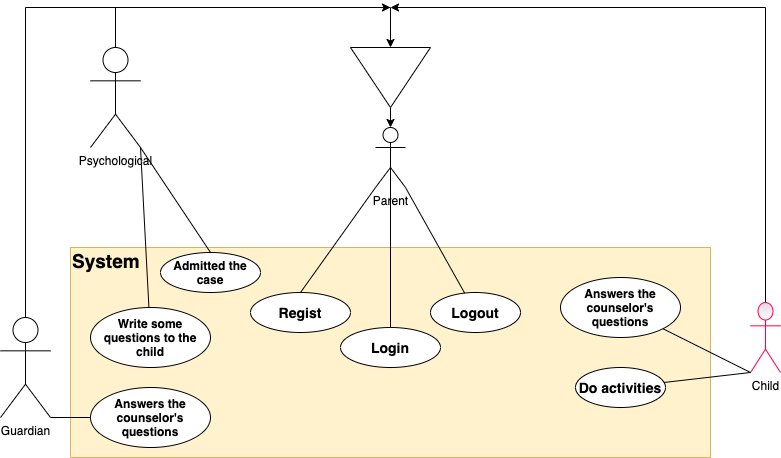
The draw.io diagram use_case_diagram.png in xdayeh/Modeling-software, before a commit. Source tidied: cells renumbered, new cells last; positions are measured from the earlier drawing's top-left corner, leaving out a move shared by most shapes. The source it was exported from:
```xml
<mxGraphModel background="#FFFFFF">
  <root>
    <mxCell id="0" />
    <mxCell id="1" parent="0" />
    <mxCell id="2" style="edgeStyle=orthogonalEdgeStyle;rounded=0;jettySize=auto;html=1;exitX=0.5;exitY=0;exitDx=0;exitDy=0;exitPerimeter=0;entryX=0;entryY=0.5;entryDx=0;entryDy=0;" parent="1" edge="1" target="8">
      <mxGeometry relative="1" as="geometry">
        <mxPoint x="115" y="40" as="sourcePoint" />
        <Array as="points">
          <mxPoint x="115" />
          <mxPoint x="390" />
        </Array>
      </mxGeometry>
    </mxCell>
    <mxCell id="3" value="&lt;div&gt;&lt;span&gt;&lt;font style=&quot;font-size: 19px ; line-height: 80%&quot;&gt;&lt;b&gt;System&lt;/b&gt;&lt;/font&gt;&lt;/span&gt;&lt;/div&gt;" style="rounded=0;whiteSpace=wrap;html=1;labelBackgroundColor=none;fillColor=#fff2cc;strokeColor=#d6b656;align=left;verticalAlign=top;" parent="1" vertex="1">
      <mxGeometry x="70" y="240" width="640" height="210" as="geometry" />
    </mxCell>
    <mxCell id="4" style="edgeStyle=orthogonalEdgeStyle;rounded=0;jettySize=auto;html=1;exitX=0.5;exitY=0;exitDx=0;exitDy=0;exitPerimeter=0;" parent="1" edge="1" source="5">
      <mxGeometry relative="1" as="geometry">
        <mxPoint x="390" as="targetPoint" />
        <Array as="points">
          <mxPoint x="165" />
          <mxPoint x="390" />
        </Array>
      </mxGeometry>
    </mxCell>
    <mxCell id="5" value="Guardian" style="shape=umlActor;verticalLabelPosition=bottom;verticalAlign=top;html=1;outlineConnect=0;" parent="1" vertex="1">
      <mxGeometry y="310" width="50" height="100" as="geometry" />
    </mxCell>
    <mxCell id="6" value="&lt;div style=&quot;box-sizing: border-box ; font-family: &amp;#34;segoe ui&amp;#34; , , &amp;#34;apple color emoji&amp;#34; , &amp;#34;segoe ui emoji&amp;#34; , sans-serif ; font-size: 14px&quot;&gt;&lt;div style=&quot;box-sizing: border-box ; font-family: &amp;#34;segoe ui&amp;#34; , , &amp;#34;apple color emoji&amp;#34; , &amp;#34;segoe ui emoji&amp;#34; , sans-serif&quot;&gt;&lt;div style=&quot;box-sizing: border-box ; font-family: &amp;#34;segoe ui&amp;#34; , , &amp;#34;apple color emoji&amp;#34; , &amp;#34;segoe ui emoji&amp;#34; , sans-serif&quot;&gt;&lt;b&gt;Login&lt;/b&gt;&lt;/div&gt;&lt;/div&gt;&lt;/div&gt;" style="ellipse;whiteSpace=wrap;html=1;labelBackgroundColor=none;align=center;" parent="1" vertex="1">
      <mxGeometry x="340" y="320" width="100" height="40" as="geometry" />
    </mxCell>
    <mxCell id="7" style="edgeStyle=orthogonalEdgeStyle;rounded=0;jettySize=auto;html=1;exitX=1;exitY=0.5;exitDx=0;exitDy=0;entryX=0.5;entryY=0;entryDx=0;entryDy=0;entryPerimeter=0;" parent="1" edge="1" source="8" target="9">
      <mxGeometry relative="1" as="geometry" />
    </mxCell>
    <mxCell id="8" style="triangle;whiteSpace=wrap;html=1;direction=south;" parent="1" vertex="1">
      <mxGeometry x="350" y="40" width="80" height="60" as="geometry" />
    </mxCell>
    <mxCell id="9" value="Parent" style="shape=umlActor;verticalLabelPosition=bottom;verticalAlign=top;html=1;outlineConnect=0;" parent="1" vertex="1">
      <mxGeometry x="375" y="120" width="30" height="60" as="geometry" />
    </mxCell>
    <mxCell id="10" style="edgeStyle=orthogonalEdgeStyle;rounded=0;jettySize=auto;html=1;exitX=0.5;exitY=0;exitDx=0;exitDy=0;exitPerimeter=0;" parent="1" edge="1" source="11">
      <mxGeometry relative="1" as="geometry">
        <mxPoint x="390" as="targetPoint" />
        <Array as="points">
          <mxPoint x="765" />
        </Array>
      </mxGeometry>
    </mxCell>
    <mxCell id="11" value="Child" style="shape=umlActor;verticalLabelPosition=bottom;verticalAlign=top;html=1;outlineConnect=0;labelBackgroundColor=none;labelBorderColor=none;fillColor=#e1d5e7;gradientColor=#ffffff;strokeColor=#FF0044;" parent="1" vertex="1">
      <mxGeometry x="750" y="295" width="30" height="70" as="geometry" />
    </mxCell>
    <mxCell id="12" value="&lt;div style=&quot;box-sizing: border-box ; font-family: &amp;#34;segoe ui&amp;#34; , , &amp;#34;apple color emoji&amp;#34; , &amp;#34;segoe ui emoji&amp;#34; , sans-serif ; font-size: 14px&quot;&gt;&lt;div style=&quot;box-sizing: border-box ; font-family: &amp;#34;segoe ui&amp;#34; , , &amp;#34;apple color emoji&amp;#34; , &amp;#34;segoe ui emoji&amp;#34; , sans-serif&quot;&gt;&lt;div style=&quot;box-sizing: border-box ; font-family: &amp;#34;segoe ui&amp;#34; , , &amp;#34;apple color emoji&amp;#34; , &amp;#34;segoe ui emoji&amp;#34; , sans-serif&quot;&gt;&lt;b&gt;Logout&lt;/b&gt;&lt;/div&gt;&lt;/div&gt;&lt;/div&gt;" style="ellipse;whiteSpace=wrap;html=1;labelBackgroundColor=none;align=center;" parent="1" vertex="1">
      <mxGeometry x="430" y="285" width="90" height="40" as="geometry" />
    </mxCell>
    <mxCell id="13" value="&lt;div style=&quot;box-sizing: border-box ; font-family: &amp;#34;segoe ui&amp;#34; , , &amp;#34;apple color emoji&amp;#34; , &amp;#34;segoe ui emoji&amp;#34; , sans-serif ; font-size: 14px&quot;&gt;&lt;div style=&quot;box-sizing: border-box ; font-family: &amp;#34;segoe ui&amp;#34; , , &amp;#34;apple color emoji&amp;#34; , &amp;#34;segoe ui emoji&amp;#34; , sans-serif&quot;&gt;&lt;div style=&quot;box-sizing: border-box ; font-family: &amp;#34;segoe ui&amp;#34; , , &amp;#34;apple color emoji&amp;#34; , &amp;#34;segoe ui emoji&amp;#34; , sans-serif&quot;&gt;&lt;b&gt;Regist&lt;/b&gt;&lt;/div&gt;&lt;/div&gt;&lt;/div&gt;" style="ellipse;whiteSpace=wrap;html=1;labelBackgroundColor=none;align=center;" parent="1" vertex="1">
      <mxGeometry x="250" y="285" width="100" height="40" as="geometry" />
    </mxCell>
    <mxCell id="14" value="&lt;div style=&quot;box-sizing: border-box&quot;&gt;&lt;div style=&quot;box-sizing: border-box&quot;&gt;&lt;div style=&quot;box-sizing: border-box&quot;&gt;&lt;b&gt;&lt;font style=&quot;font-size: 12px&quot;&gt;Admitted the case&lt;/font&gt;&lt;/b&gt;&lt;br&gt;&lt;/div&gt;&lt;/div&gt;&lt;/div&gt;" style="ellipse;whiteSpace=wrap;html=1;labelBackgroundColor=none;align=center;" parent="1" vertex="1">
      <mxGeometry x="160" y="245" width="100" height="40" as="geometry" />
    </mxCell>
    <mxCell id="15" value="&lt;div style=&quot;box-sizing: border-box&quot;&gt;&lt;div style=&quot;box-sizing: border-box&quot;&gt;&lt;div style=&quot;box-sizing: border-box&quot;&gt;&lt;b&gt;&lt;font style=&quot;font-size: 12px&quot;&gt;Write some questions to the child&lt;/font&gt;&lt;/b&gt;&lt;br&gt;&lt;/div&gt;&lt;/div&gt;&lt;/div&gt;" style="ellipse;whiteSpace=wrap;html=1;labelBackgroundColor=none;align=center;" parent="1" vertex="1">
      <mxGeometry x="90" y="300" width="120" height="60" as="geometry" />
    </mxCell>
    <mxCell id="16" value="Psychological" style="shape=umlActor;verticalLabelPosition=bottom;verticalAlign=top;html=1;outlineConnect=0;" parent="1" vertex="1">
      <mxGeometry x="90" y="40" width="50" height="100" as="geometry" />
    </mxCell>
    <mxCell id="17" style="endArrow=none;html=1;exitX=0.5;exitY=0;exitDx=0;exitDy=0;entryX=1;entryY=1;entryDx=0;entryDy=0;entryPerimeter=0;" parent="1" edge="1" source="14" target="16">
      <mxGeometry relative="1" as="geometry" />
    </mxCell>
    <mxCell id="18" style="endArrow=none;html=1;entryX=1;entryY=1;entryDx=0;entryDy=0;entryPerimeter=0;" parent="1" edge="1" source="15" target="16">
      <mxGeometry relative="1" as="geometry" />
    </mxCell>
    <mxCell id="19" style="endArrow=none;html=1;entryX=0;entryY=1;entryDx=0;entryDy=0;entryPerimeter=0;exitX=0.5;exitY=0;exitDx=0;exitDy=0;" parent="1" edge="1" source="13" target="9">
      <mxGeometry relative="1" as="geometry" />
    </mxCell>
    <mxCell id="20" style="endArrow=none;html=1;entryX=0.5;entryY=0.5;entryDx=0;entryDy=0;entryPerimeter=0;exitX=0.5;exitY=0;exitDx=0;exitDy=0;" parent="1" edge="1" source="6" target="9">
      <mxGeometry relative="1" as="geometry" />
    </mxCell>
    <mxCell id="21" style="endArrow=none;html=1;entryX=1;entryY=1;entryDx=0;entryDy=0;entryPerimeter=0;" parent="1" edge="1" source="12" target="9">
      <mxGeometry relative="1" as="geometry" />
    </mxCell>
    <mxCell id="22" value="&lt;div style=&quot;box-sizing: border-box&quot;&gt;&lt;div style=&quot;box-sizing: border-box&quot;&gt;&lt;div style=&quot;box-sizing: border-box&quot;&gt;&lt;b&gt;Answers the counselor's questions&lt;/b&gt;&lt;br&gt;&lt;/div&gt;&lt;/div&gt;&lt;/div&gt;" style="ellipse;whiteSpace=wrap;html=1;labelBackgroundColor=none;align=center;" parent="1" vertex="1">
      <mxGeometry x="560" y="270" width="120" height="60" as="geometry" />
    </mxCell>
    <mxCell id="23" value="&lt;div style=&quot;box-sizing: border-box&quot;&gt;&lt;div style=&quot;box-sizing: border-box&quot;&gt;&lt;div style=&quot;box-sizing: border-box&quot;&gt;&lt;span style=&quot;font-size: 14px&quot;&gt;&lt;b&gt;Do activities&lt;/b&gt;&lt;/span&gt;&lt;br&gt;&lt;/div&gt;&lt;/div&gt;&lt;/div&gt;" style="ellipse;whiteSpace=wrap;html=1;labelBackgroundColor=none;align=center;" parent="1" vertex="1">
      <mxGeometry x="575" y="360" width="90" height="40" as="geometry" />
    </mxCell>
    <mxCell id="24" style="endArrow=none;html=1;" parent="1" edge="1" source="23">
      <mxGeometry relative="1" as="geometry">
        <mxPoint x="750" y="365" as="targetPoint" />
      </mxGeometry>
    </mxCell>
    <mxCell id="25" value="&lt;div style=&quot;box-sizing: border-box&quot;&gt;&lt;div style=&quot;box-sizing: border-box&quot;&gt;&lt;div style=&quot;box-sizing: border-box&quot;&gt;&lt;b&gt;Answers the counselor's questions&lt;/b&gt;&lt;br&gt;&lt;/div&gt;&lt;/div&gt;&lt;/div&gt;" style="ellipse;whiteSpace=wrap;html=1;labelBackgroundColor=none;align=center;" parent="1" vertex="1">
      <mxGeometry x="90" y="380" width="120" height="60" as="geometry" />
    </mxCell>
    <mxCell id="26" style="endArrow=none;html=1;entryX=1;entryY=1;entryDx=0;entryDy=0;entryPerimeter=0;exitX=0;exitY=0.5;exitDx=0;exitDy=0;" parent="1" edge="1" source="25" target="5">
      <mxGeometry relative="1" as="geometry" />
    </mxCell>
    <mxCell id="27" style="endArrow=none;html=1;entryX=0;entryY=1;entryDx=0;entryDy=0;entryPerimeter=0;exitX=1;exitY=1;exitDx=0;exitDy=0;" parent="1" edge="1" source="22" target="11">
      <mxGeometry relative="1" as="geometry" />
    </mxCell>
  </root>
</mxGraphModel>
```
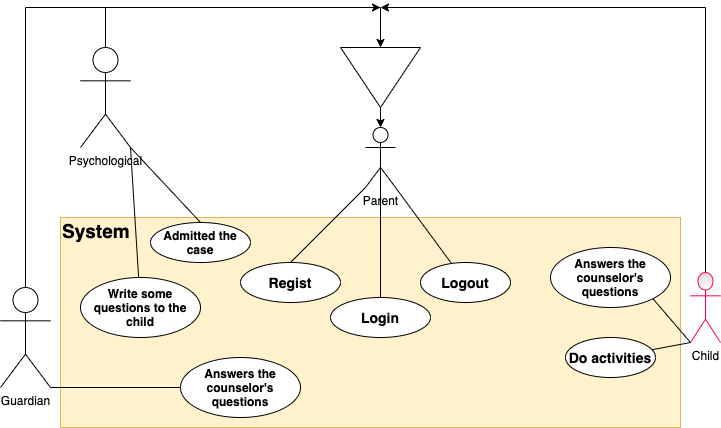
The same diagram one commit later.

What changed in the source:
```diff
@@ -4,27 +4,27 @@
     <mxCell id="1" parent="0" />
     <mxCell id="2" style="edgeStyle=orthogonalEdgeStyle;rounded=0;jettySize=auto;html=1;exitX=0.5;exitY=0;exitDx=0;exitDy=0;exitPerimeter=0;entryX=0;entryY=0.5;entryDx=0;entryDy=0;" parent="1" edge="1" target="8">
       <mxGeometry relative="1" as="geometry">
-        <mxPoint x="115" y="40" as="sourcePoint" />
+        <mxPoint x="115" y="70" as="sourcePoint" />
         <Array as="points">
-          <mxPoint x="115" />
-          <mxPoint x="390" />
+          <mxPoint x="115" y="30" />
+          <mxPoint x="390" y="30" />
         </Array>
       </mxGeometry>
     </mxCell>
     <mxCell id="3" value="&lt;div&gt;&lt;span&gt;&lt;font style=&quot;font-size: 19px ; line-height: 80%&quot;&gt;&lt;b&gt;System&lt;/b&gt;&lt;/font&gt;&lt;/span&gt;&lt;/div&gt;" style="rounded=0;whiteSpace=wrap;html=1;labelBackgroundColor=none;fillColor=#fff2cc;strokeColor=#d6b656;align=left;verticalAlign=top;" parent="1" vertex="1">
-      <mxGeometry x="70" y="240" width="640" height="210" as="geometry" />
+      <mxGeometry x="70" y="240" width="620" height="210" as="geometry" />
     </mxCell>
     <mxCell id="4" style="edgeStyle=orthogonalEdgeStyle;rounded=0;jettySize=auto;html=1;exitX=0.5;exitY=0;exitDx=0;exitDy=0;exitPerimeter=0;" parent="1" edge="1" source="5">
       <mxGeometry relative="1" as="geometry">
-        <mxPoint x="390" as="targetPoint" />
+        <mxPoint x="390" y="30" as="targetPoint" />
         <Array as="points">
-          <mxPoint x="165" />
-          <mxPoint x="390" />
+          <mxPoint x="35" y="30" />
+          <mxPoint x="390" y="30" />
         </Array>
       </mxGeometry>
     </mxCell>
     <mxCell id="5" value="Guardian" style="shape=umlActor;verticalLabelPosition=bottom;verticalAlign=top;html=1;outlineConnect=0;" parent="1" vertex="1">
-      <mxGeometry y="310" width="50" height="100" as="geometry" />
+      <mxGeometry x="10" y="310" width="50" height="100" as="geometry" />
     </mxCell>
     <mxCell id="6" value="&lt;div style=&quot;box-sizing: border-box ; font-family: &amp;#34;segoe ui&amp;#34; , , &amp;#34;apple color emoji&amp;#34; , &amp;#34;segoe ui emoji&amp;#34; , sans-serif ; font-size: 14px&quot;&gt;&lt;div style=&quot;box-sizing: border-box ; font-family: &amp;#34;segoe ui&amp;#34; , , &amp;#34;apple color emoji&amp;#34; , &amp;#34;segoe ui emoji&amp;#34; , sans-serif&quot;&gt;&lt;div style=&quot;box-sizing: border-box ; font-family: &amp;#34;segoe ui&amp;#34; , , &amp;#34;apple color emoji&amp;#34; , &amp;#34;segoe ui emoji&amp;#34; , sans-serif&quot;&gt;&lt;b&gt;Login&lt;/b&gt;&lt;/div&gt;&lt;/div&gt;&lt;/div&gt;" style="ellipse;whiteSpace=wrap;html=1;labelBackgroundColor=none;align=center;" parent="1" vertex="1">
       <mxGeometry x="340" y="320" width="100" height="40" as="geometry" />
@@ -33,21 +33,22 @@
       <mxGeometry relative="1" as="geometry" />
     </mxCell>
     <mxCell id="8" style="triangle;whiteSpace=wrap;html=1;direction=south;" parent="1" vertex="1">
-      <mxGeometry x="350" y="40" width="80" height="60" as="geometry" />
+      <mxGeometry x="350" y="70" width="80" height="60" as="geometry" />
     </mxCell>
     <mxCell id="9" value="Parent" style="shape=umlActor;verticalLabelPosition=bottom;verticalAlign=top;html=1;outlineConnect=0;" parent="1" vertex="1">
-      <mxGeometry x="375" y="120" width="30" height="60" as="geometry" />
+      <mxGeometry x="375" y="150" width="30" height="60" as="geometry" />
     </mxCell>
     <mxCell id="10" style="edgeStyle=orthogonalEdgeStyle;rounded=0;jettySize=auto;html=1;exitX=0.5;exitY=0;exitDx=0;exitDy=0;exitPerimeter=0;" parent="1" edge="1" source="11">
       <mxGeometry relative="1" as="geometry">
-        <mxPoint x="390" as="targetPoint" />
+        <mxPoint x="390" y="30" as="targetPoint" />
         <Array as="points">
-          <mxPoint x="765" />
+          <mxPoint x="715" y="30" />
+          <mxPoint x="390" y="30" />
         </Array>
       </mxGeometry>
     </mxCell>
     <mxCell id="11" value="Child" style="shape=umlActor;verticalLabelPosition=bottom;verticalAlign=top;html=1;outlineConnect=0;labelBackgroundColor=none;labelBorderColor=none;fillColor=#e1d5e7;gradientColor=#ffffff;strokeColor=#FF0044;" parent="1" vertex="1">
-      <mxGeometry x="750" y="295" width="30" height="70" as="geometry" />
+      <mxGeometry x="700" y="295" width="30" height="70" as="geometry" />
     </mxCell>
     <mxCell id="12" value="&lt;div style=&quot;box-sizing: border-box ; font-family: &amp;#34;segoe ui&amp;#34; , , &amp;#34;apple color emoji&amp;#34; , &amp;#34;segoe ui emoji&amp;#34; , sans-serif ; font-size: 14px&quot;&gt;&lt;div style=&quot;box-sizing: border-box ; font-family: &amp;#34;segoe ui&amp;#34; , , &amp;#34;apple color emoji&amp;#34; , &amp;#34;segoe ui emoji&amp;#34; , sans-serif&quot;&gt;&lt;div style=&quot;box-sizing: border-box ; font-family: &amp;#34;segoe ui&amp;#34; , , &amp;#34;apple color emoji&amp;#34; , &amp;#34;segoe ui emoji&amp;#34; , sans-serif&quot;&gt;&lt;b&gt;Logout&lt;/b&gt;&lt;/div&gt;&lt;/div&gt;&lt;/div&gt;" style="ellipse;whiteSpace=wrap;html=1;labelBackgroundColor=none;align=center;" parent="1" vertex="1">
       <mxGeometry x="430" y="285" width="90" height="40" as="geometry" />
@@ -62,7 +63,7 @@
       <mxGeometry x="90" y="300" width="120" height="60" as="geometry" />
     </mxCell>
     <mxCell id="16" value="Psychological" style="shape=umlActor;verticalLabelPosition=bottom;verticalAlign=top;html=1;outlineConnect=0;" parent="1" vertex="1">
-      <mxGeometry x="90" y="40" width="50" height="100" as="geometry" />
+      <mxGeometry x="90" y="70" width="50" height="100" as="geometry" />
     </mxCell>
     <mxCell id="17" style="endArrow=none;html=1;exitX=0.5;exitY=0;exitDx=0;exitDy=0;entryX=1;entryY=1;entryDx=0;entryDy=0;entryPerimeter=0;" parent="1" edge="1" source="14" target="16">
       <mxGeometry relative="1" as="geometry" />
@@ -85,13 +86,11 @@
     <mxCell id="23" value="&lt;div style=&quot;box-sizing: border-box&quot;&gt;&lt;div style=&quot;box-sizing: border-box&quot;&gt;&lt;div style=&quot;box-sizing: border-box&quot;&gt;&lt;span style=&quot;font-size: 14px&quot;&gt;&lt;b&gt;Do activities&lt;/b&gt;&lt;/span&gt;&lt;br&gt;&lt;/div&gt;&lt;/div&gt;&lt;/div&gt;" style="ellipse;whiteSpace=wrap;html=1;labelBackgroundColor=none;align=center;" parent="1" vertex="1">
       <mxGeometry x="575" y="360" width="90" height="40" as="geometry" />
     </mxCell>
-    <mxCell id="24" style="endArrow=none;html=1;" parent="1" edge="1" source="23">
-      <mxGeometry relative="1" as="geometry">
-        <mxPoint x="750" y="365" as="targetPoint" />
-      </mxGeometry>
+    <mxCell id="24" style="endArrow=none;html=1;entryX=0;entryY=1;entryDx=0;entryDy=0;entryPerimeter=0;" parent="1" edge="1" source="23" target="11">
+      <mxGeometry relative="1" as="geometry" />
     </mxCell>
     <mxCell id="25" value="&lt;div style=&quot;box-sizing: border-box&quot;&gt;&lt;div style=&quot;box-sizing: border-box&quot;&gt;&lt;div style=&quot;box-sizing: border-box&quot;&gt;&lt;b&gt;Answers the counselor's questions&lt;/b&gt;&lt;br&gt;&lt;/div&gt;&lt;/div&gt;&lt;/div&gt;" style="ellipse;whiteSpace=wrap;html=1;labelBackgroundColor=none;align=center;" parent="1" vertex="1">
-      <mxGeometry x="90" y="380" width="120" height="60" as="geometry" />
+      <mxGeometry x="190" y="380" width="120" height="60" as="geometry" />
     </mxCell>
     <mxCell id="26" style="endArrow=none;html=1;entryX=1;entryY=1;entryDx=0;entryDy=0;entryPerimeter=0;exitX=0;exitY=0.5;exitDx=0;exitDy=0;" parent="1" edge="1" source="25" target="5">
       <mxGeometry relative="1" as="geometry" />
```
